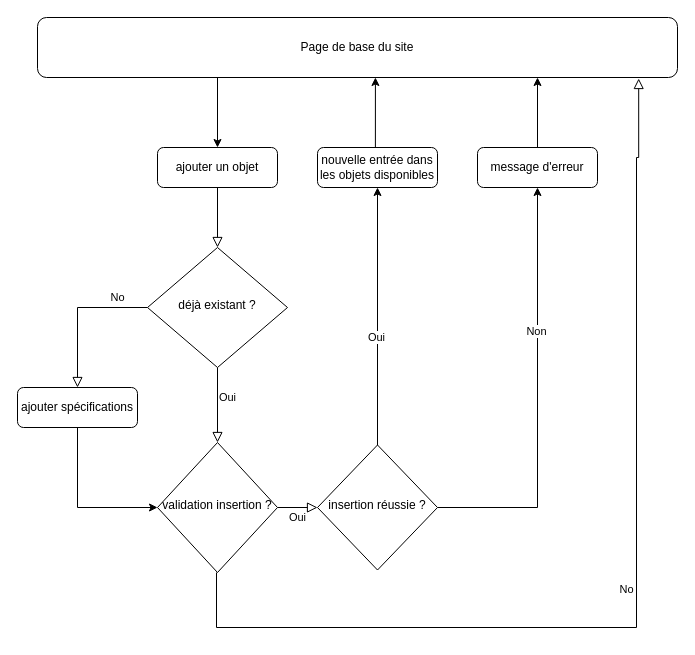
The draw.io diagram page "AjouterObjet" (1 of 2) of fichiersModifiables/Diagrammes/LocationMat-Flux.drawio in AhVen98/gestionStocks_preTPI, before the edit. Source tidied: cells renumbered, new cells numbered last; positions are measured from the earlier drawing's top-left corner, leaving out a move shared by most shapes. Both pictures are drawn from the tidied source at 100%, with x=0, y=0 at pixel (17, 17).
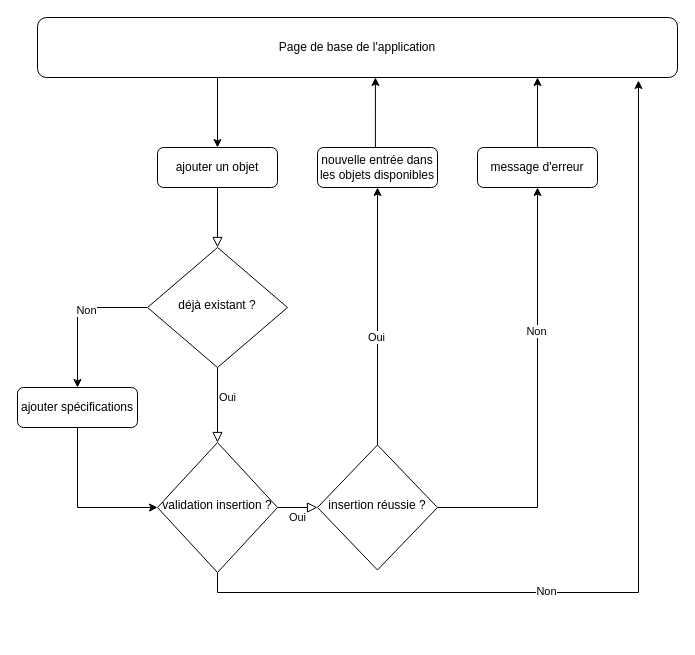
Above is the later version.

The change refers to these unchanged cells:
```xml
<mxCell id="6" value="déjà existant ?" style="rhombus;whiteSpace=wrap;html=1;shadow=0;fontFamily=Helvetica;fontSize=12;align=center;strokeWidth=1;spacing=6;spacingTop=-4;" parent="1" vertex="1">
  <mxGeometry x="130" y="230" width="140" height="120" as="geometry" />
</mxCell>
<mxCell id="8" value="ajouter spécifications" style="rounded=1;whiteSpace=wrap;html=1;fontSize=12;glass=0;strokeWidth=1;shadow=0;" parent="1" vertex="1">
  <mxGeometry y="370" width="120" height="40" as="geometry" />
</mxCell>
<mxCell id="11" value="validation insertion ?" style="rhombus;whiteSpace=wrap;html=1;shadow=0;fontFamily=Helvetica;fontSize=12;align=center;strokeWidth=1;spacing=6;spacingTop=-4;" parent="1" vertex="1">
  <mxGeometry x="140" y="425" width="120" height="130" as="geometry" />
</mxCell>
```

Diff of the diagram source:
```diff
@@
-    <mxCell id="5" value="No" style="edgeStyle=orthogonalEdgeStyle;rounded=0;html=1;jettySize=auto;fontSize=11;endArrow=block;endFill=0;endSize=8;strokeWidth=1;shadow=0;labelBackgroundColor=none;" parent="1" edge="1" source="6" target="8">
-      <mxGeometry x="-0.6" y="-10" relative="1" as="geometry" />
+    <mxCell id="5" style="edgeStyle=orthogonalEdgeStyle;rounded=0;jettySize=auto;html=1;exitX=0;exitY=0.5;exitDx=0;exitDy=0;entryX=0.5;entryY=0;entryDx=0;entryDy=0;" parent="1" edge="1" source="6" target="8">
+      <mxGeometry relative="1" as="geometry" />
     </mxCell>
+    <mxCell id="23" value="Non" style="edgeLabel;html=1;align=center;verticalAlign=middle;" parent="5" vertex="1">
+      <mxGeometry x="-0.17" y="2" relative="1" as="geometry" />
+    </mxCell>
@@
-    <mxCell id="9" value="No" style="rounded=0;html=1;jettySize=auto;orthogonalLoop=1;fontSize=11;endArrow=block;endFill=0;endSize=8;strokeWidth=1;shadow=0;labelBackgroundColor=none;edgeStyle=orthogonalEdgeStyle;exitX=0.5;exitY=1;exitDx=0;exitDy=0;entryX=0.941;entryY=1.017;entryDx=0;entryDy=0;entryPerimeter=0;" parent="1" edge="1">
-      <mxGeometry y="10" relative="1" as="geometry">
-        <mxPoint x="199" y="555" as="sourcePoint" />
-        <mxPoint x="621.2" y="61" as="targetPoint" />
-        <Array as="points">
-          <mxPoint x="199" y="610" />
-          <mxPoint x="619" y="610" />
-          <mxPoint x="619" y="140" />
-          <mxPoint x="621" y="140" />
-          <mxPoint x="621" y="61" />
-        </Array>
-      </mxGeometry>
-    </mxCell>
@@
+    <mxCell id="24" style="edgeStyle=orthogonalEdgeStyle;rounded=0;jettySize=auto;html=1;exitX=0.5;exitY=1;exitDx=0;exitDy=0;entryX=0.939;entryY=1.05;entryDx=0;entryDy=0;entryPerimeter=0;" parent="1" edge="1" source="11" target="13">
+      <mxGeometry relative="1" as="geometry" />
+    </mxCell>
+    <mxCell id="25" value="Non" style="edgeLabel;html=1;align=center;verticalAlign=middle;" parent="24" vertex="1">
+      <mxGeometry x="-0.27" y="2" relative="1" as="geometry" />
+    </mxCell>
@@
-    <mxCell id="13" value="Page de base du site" style="rounded=1;whiteSpace=wrap;html=1;fontSize=12;glass=0;strokeWidth=1;shadow=0;" parent="1" vertex="1">
+    <mxCell id="13" value="Page de base de l'application" style="rounded=1;whiteSpace=wrap;html=1;fontSize=12;glass=0;strokeWidth=1;shadow=0;" parent="1" vertex="1">
       <mxGeometry x="20" width="640" height="60" as="geometry" />
     </mxCell>
```
